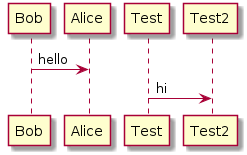
falarcond/plantuml keeps this PlantUML diagram as first.png. Above is the earlier version.
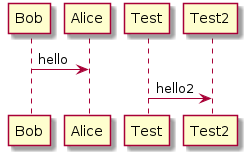
After the commit.

Commit message:
deploy: 072fce3eaafdd21bba2ba86b27681391078617d9

Diff of the diagram source:
```diff
@@ -1,4 +1,4 @@
 @startuml
 Bob -> Alice : hello
-Test -> Test2 : hi
+Test -> Test2 : hello2
 @enduml
```
